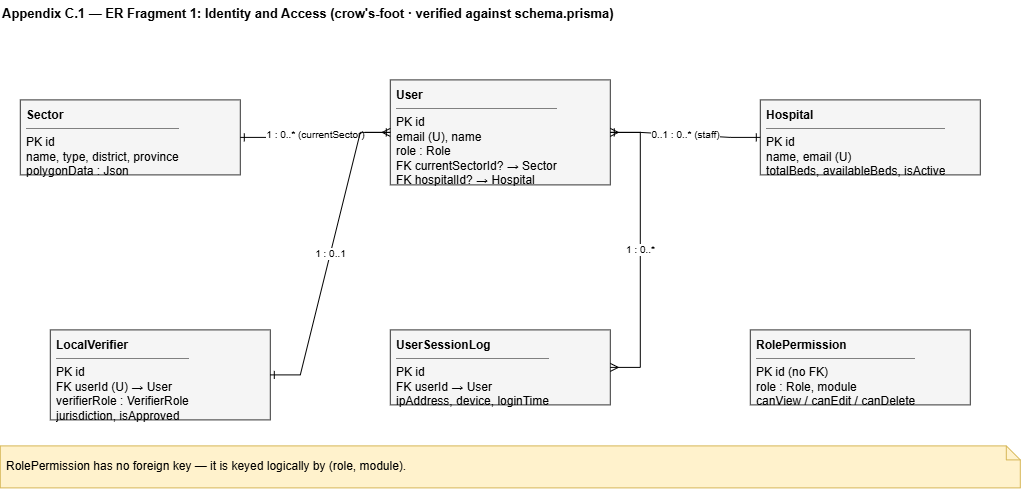
Earlier version of the draw.io export research-report-source/diagrams/pngs/Appendix_C.1_ER_Fragment_01_Identity_and_Access.drawio.png (DeshanDV1003/Suraksha---Web-App). Source tidied: cells renumbered, new cells last; positions are measured from the earlier drawing's top-left corner, leaving out a move shared by most shapes. Its diagram source:
```xml
<mxGraphModel>
  <root>
    <mxCell id="0" />
    <mxCell id="1" parent="0" />
    <mxCell id="2" value="Appendix C.1 — ER Fragment 1: Identity and Access   (crow's-foot · verified against schema.prisma)" style="text;html=1;fontStyle=1;fontSize=13;align=left;" parent="1" vertex="1">
      <mxGeometry width="1020" height="24" as="geometry" />
    </mxCell>
    <mxCell id="3" value="&lt;b&gt;User&lt;/b&gt;&lt;hr size=&quot;1&quot; noshade&gt;PK id&lt;br&gt;email (U), name&lt;br&gt;role : Role&lt;br&gt;FK currentSectorId?  → Sector&lt;br&gt;FK hospitalId?  → Hospital" style="rounded=0;whiteSpace=wrap;html=1;fillColor=#f5f5f5;strokeColor=#333333;align=left;verticalAlign=top;spacingLeft=4;spacingTop=2;overflow=hidden;" parent="1" vertex="1">
      <mxGeometry x="390" y="80" width="220" height="105" as="geometry" />
    </mxCell>
    <mxCell id="4" value="&lt;b&gt;Sector&lt;/b&gt;&lt;hr size=&quot;1&quot; noshade&gt;PK id&lt;br&gt;name, type, district, province&lt;br&gt;polygonData : Json" style="rounded=0;whiteSpace=wrap;html=1;fillColor=#f5f5f5;strokeColor=#333333;align=left;verticalAlign=top;spacingLeft=4;spacingTop=2;overflow=hidden;" parent="1" vertex="1">
      <mxGeometry x="20" y="100" width="220" height="75" as="geometry" />
    </mxCell>
    <mxCell id="5" value="&lt;b&gt;Hospital&lt;/b&gt;&lt;hr size=&quot;1&quot; noshade&gt;PK id&lt;br&gt;name, email (U)&lt;br&gt;totalBeds, availableBeds, isActive" style="rounded=0;whiteSpace=wrap;html=1;fillColor=#f5f5f5;strokeColor=#333333;align=left;verticalAlign=top;spacingLeft=4;spacingTop=2;overflow=hidden;" parent="1" vertex="1">
      <mxGeometry x="760" y="100" width="220" height="75" as="geometry" />
    </mxCell>
    <mxCell id="6" value="&lt;b&gt;UserSessionLog&lt;/b&gt;&lt;hr size=&quot;1&quot; noshade&gt;PK id&lt;br&gt;FK userId  → User&lt;br&gt;ipAddress, device, loginTime" style="rounded=0;whiteSpace=wrap;html=1;fillColor=#f5f5f5;strokeColor=#333333;align=left;verticalAlign=top;spacingLeft=4;spacingTop=2;overflow=hidden;" parent="1" vertex="1">
      <mxGeometry x="390" y="330" width="220" height="75" as="geometry" />
    </mxCell>
    <mxCell id="7" value="&lt;b&gt;LocalVerifier&lt;/b&gt;&lt;hr size=&quot;1&quot; noshade&gt;PK id&lt;br&gt;FK userId (U)  → User&lt;br&gt;verifierRole : VerifierRole&lt;br&gt;jurisdiction, isApproved" style="rounded=0;whiteSpace=wrap;html=1;fillColor=#f5f5f5;strokeColor=#333333;align=left;verticalAlign=top;spacingLeft=4;spacingTop=2;overflow=hidden;" parent="1" vertex="1">
      <mxGeometry x="50" y="330" width="220" height="90" as="geometry" />
    </mxCell>
    <mxCell id="8" value="&lt;b&gt;RolePermission&lt;/b&gt;&lt;hr size=&quot;1&quot; noshade&gt;PK id  (no FK)&lt;br&gt;role : Role, module&lt;br&gt;canView / canEdit / canDelete" style="rounded=0;whiteSpace=wrap;html=1;fillColor=#f5f5f5;strokeColor=#333333;align=left;verticalAlign=top;spacingLeft=4;spacingTop=2;overflow=hidden;" parent="1" vertex="1">
      <mxGeometry x="750" y="330" width="220" height="75" as="geometry" />
    </mxCell>
    <mxCell id="9" value="1 : 0..*  (currentSector)" style="edgeStyle=entityRelationEdgeStyle;rounded=0;html=1;fontSize=10;startArrow=ERone;endArrow=ERmany;startFill=0;endFill=0;" parent="1" edge="1" source="4" target="3">
      <mxGeometry relative="1" as="geometry" />
    </mxCell>
    <mxCell id="10" value="0..1 : 0..*  (staff)" style="edgeStyle=entityRelationEdgeStyle;rounded=0;html=1;fontSize=10;startArrow=ERone;endArrow=ERmany;startFill=0;endFill=0;" parent="1" edge="1" source="5" target="3">
      <mxGeometry relative="1" as="geometry" />
    </mxCell>
    <mxCell id="11" value="1 : 0..*" style="edgeStyle=entityRelationEdgeStyle;rounded=0;html=1;fontSize=10;startArrow=ERone;endArrow=ERmany;startFill=0;endFill=0;" parent="1" edge="1" source="3" target="6">
      <mxGeometry relative="1" as="geometry" />
    </mxCell>
    <mxCell id="12" value="1 : 0..1" style="edgeStyle=entityRelationEdgeStyle;rounded=0;html=1;fontSize=10;startArrow=ERone;endArrow=ERone;startFill=0;endFill=0;" parent="1" edge="1" source="3" target="7">
      <mxGeometry relative="1" as="geometry" />
    </mxCell>
    <mxCell id="13" value="RolePermission has no foreign key — it is keyed logically by (role, module)." style="shape=note;whiteSpace=wrap;html=1;fillColor=#fff2cc;strokeColor=#d6b656;size=14;align=left;spacingLeft=4;" parent="1" vertex="1">
      <mxGeometry y="446" width="1020" height="42" as="geometry" />
    </mxCell>
  </root>
</mxGraphModel>
```
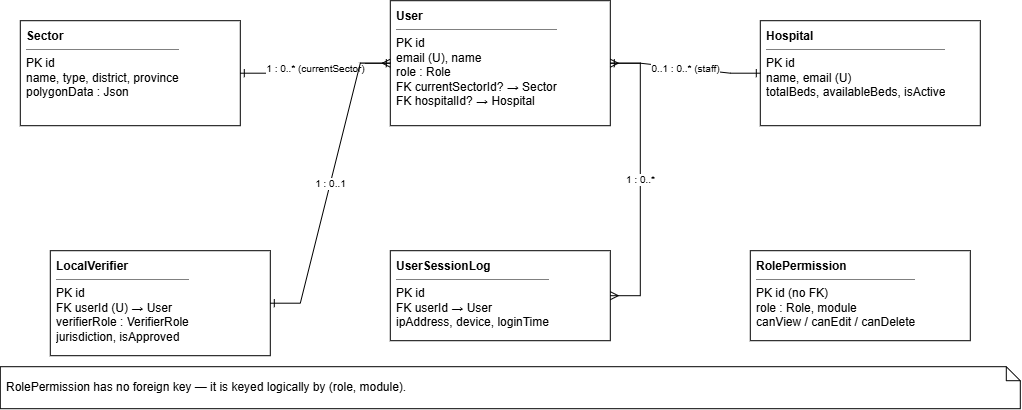
The same file after the commit.

The edit, as a diff of the source:
```diff
@@ -2,26 +2,23 @@
   <root>
     <mxCell id="0" />
     <mxCell id="1" parent="0" />
-    <mxCell id="2" value="Appendix C.1 — ER Fragment 1: Identity and Access   (crow's-foot · verified against schema.prisma)" style="text;html=1;fontStyle=1;fontSize=13;align=left;" parent="1" vertex="1">
-      <mxGeometry width="1020" height="24" as="geometry" />
-    </mxCell>
-    <mxCell id="3" value="&lt;b&gt;User&lt;/b&gt;&lt;hr size=&quot;1&quot; noshade&gt;PK id&lt;br&gt;email (U), name&lt;br&gt;role : Role&lt;br&gt;FK currentSectorId?  → Sector&lt;br&gt;FK hospitalId?  → Hospital" style="rounded=0;whiteSpace=wrap;html=1;fillColor=#f5f5f5;strokeColor=#333333;align=left;verticalAlign=top;spacingLeft=4;spacingTop=2;overflow=hidden;" parent="1" vertex="1">
-      <mxGeometry x="390" y="80" width="220" height="105" as="geometry" />
+    <mxCell id="3" value="&lt;b&gt;User&lt;/b&gt;&lt;hr size=&quot;1&quot; noshade&gt;PK id&lt;br&gt;email (U), name&lt;br&gt;role : Role&lt;br&gt;FK currentSectorId?  → Sector&lt;br&gt;FK hospitalId?  → Hospital" style="rounded=0;whiteSpace=wrap;html=1;align=left;verticalAlign=top;spacingLeft=4;spacingTop=2;overflow=hidden;" parent="1" vertex="1">
+      <mxGeometry x="390" y="80" width="220" height="125" as="geometry" />
     </mxCell>
-    <mxCell id="4" value="&lt;b&gt;Sector&lt;/b&gt;&lt;hr size=&quot;1&quot; noshade&gt;PK id&lt;br&gt;name, type, district, province&lt;br&gt;polygonData : Json" style="rounded=0;whiteSpace=wrap;html=1;fillColor=#f5f5f5;strokeColor=#333333;align=left;verticalAlign=top;spacingLeft=4;spacingTop=2;overflow=hidden;" parent="1" vertex="1">
-      <mxGeometry x="20" y="100" width="220" height="75" as="geometry" />
+    <mxCell id="4" value="&lt;b&gt;Sector&lt;/b&gt;&lt;hr size=&quot;1&quot; noshade&gt;PK id&lt;br&gt;name, type, district, province&lt;br&gt;polygonData : Json" style="rounded=0;whiteSpace=wrap;html=1;align=left;verticalAlign=top;spacingLeft=4;spacingTop=2;overflow=hidden;" parent="1" vertex="1">
+      <mxGeometry x="20" y="100" width="220" height="105" as="geometry" />
     </mxCell>
-    <mxCell id="5" value="&lt;b&gt;Hospital&lt;/b&gt;&lt;hr size=&quot;1&quot; noshade&gt;PK id&lt;br&gt;name, email (U)&lt;br&gt;totalBeds, availableBeds, isActive" style="rounded=0;whiteSpace=wrap;html=1;fillColor=#f5f5f5;strokeColor=#333333;align=left;verticalAlign=top;spacingLeft=4;spacingTop=2;overflow=hidden;" parent="1" vertex="1">
-      <mxGeometry x="760" y="100" width="220" height="75" as="geometry" />
+    <mxCell id="5" value="&lt;b&gt;Hospital&lt;/b&gt;&lt;hr size=&quot;1&quot; noshade&gt;PK id&lt;br&gt;name, email (U)&lt;br&gt;totalBeds, availableBeds, isActive" style="rounded=0;whiteSpace=wrap;html=1;align=left;verticalAlign=top;spacingLeft=4;spacingTop=2;overflow=hidden;" parent="1" vertex="1">
+      <mxGeometry x="760" y="100" width="220" height="105" as="geometry" />
     </mxCell>
-    <mxCell id="6" value="&lt;b&gt;UserSessionLog&lt;/b&gt;&lt;hr size=&quot;1&quot; noshade&gt;PK id&lt;br&gt;FK userId  → User&lt;br&gt;ipAddress, device, loginTime" style="rounded=0;whiteSpace=wrap;html=1;fillColor=#f5f5f5;strokeColor=#333333;align=left;verticalAlign=top;spacingLeft=4;spacingTop=2;overflow=hidden;" parent="1" vertex="1">
-      <mxGeometry x="390" y="330" width="220" height="75" as="geometry" />
+    <mxCell id="6" value="&lt;b&gt;UserSessionLog&lt;/b&gt;&lt;hr size=&quot;1&quot; noshade&gt;PK id&lt;br&gt;FK userId  → User&lt;br&gt;ipAddress, device, loginTime" style="rounded=0;whiteSpace=wrap;html=1;align=left;verticalAlign=top;spacingLeft=4;spacingTop=2;overflow=hidden;" parent="1" vertex="1">
+      <mxGeometry x="390" y="330" width="220" height="90" as="geometry" />
     </mxCell>
-    <mxCell id="7" value="&lt;b&gt;LocalVerifier&lt;/b&gt;&lt;hr size=&quot;1&quot; noshade&gt;PK id&lt;br&gt;FK userId (U)  → User&lt;br&gt;verifierRole : VerifierRole&lt;br&gt;jurisdiction, isApproved" style="rounded=0;whiteSpace=wrap;html=1;fillColor=#f5f5f5;strokeColor=#333333;align=left;verticalAlign=top;spacingLeft=4;spacingTop=2;overflow=hidden;" parent="1" vertex="1">
-      <mxGeometry x="50" y="330" width="220" height="90" as="geometry" />
+    <mxCell id="7" value="&lt;b&gt;LocalVerifier&lt;/b&gt;&lt;hr size=&quot;1&quot; noshade&gt;PK id&lt;br&gt;FK userId (U)  → User&lt;br&gt;verifierRole : VerifierRole&lt;br&gt;jurisdiction, isApproved" style="rounded=0;whiteSpace=wrap;html=1;align=left;verticalAlign=top;spacingLeft=4;spacingTop=2;overflow=hidden;" parent="1" vertex="1">
+      <mxGeometry x="50" y="330" width="220" height="105" as="geometry" />
     </mxCell>
-    <mxCell id="8" value="&lt;b&gt;RolePermission&lt;/b&gt;&lt;hr size=&quot;1&quot; noshade&gt;PK id  (no FK)&lt;br&gt;role : Role, module&lt;br&gt;canView / canEdit / canDelete" style="rounded=0;whiteSpace=wrap;html=1;fillColor=#f5f5f5;strokeColor=#333333;align=left;verticalAlign=top;spacingLeft=4;spacingTop=2;overflow=hidden;" parent="1" vertex="1">
-      <mxGeometry x="750" y="330" width="220" height="75" as="geometry" />
+    <mxCell id="8" value="&lt;b&gt;RolePermission&lt;/b&gt;&lt;hr size=&quot;1&quot; noshade&gt;PK id  (no FK)&lt;br&gt;role : Role, module&lt;br&gt;canView / canEdit / canDelete" style="rounded=0;whiteSpace=wrap;html=1;align=left;verticalAlign=top;spacingLeft=4;spacingTop=2;overflow=hidden;" parent="1" vertex="1">
+      <mxGeometry x="750" y="330" width="220" height="90" as="geometry" />
     </mxCell>
     <mxCell id="9" value="1 : 0..*  (currentSector)" style="edgeStyle=entityRelationEdgeStyle;rounded=0;html=1;fontSize=10;startArrow=ERone;endArrow=ERmany;startFill=0;endFill=0;" parent="1" edge="1" source="4" target="3">
       <mxGeometry relative="1" as="geometry" />
@@ -35,7 +32,7 @@
     <mxCell id="12" value="1 : 0..1" style="edgeStyle=entityRelationEdgeStyle;rounded=0;html=1;fontSize=10;startArrow=ERone;endArrow=ERone;startFill=0;endFill=0;" parent="1" edge="1" source="3" target="7">
       <mxGeometry relative="1" as="geometry" />
     </mxCell>
-    <mxCell id="13" value="RolePermission has no foreign key — it is keyed logically by (role, module)." style="shape=note;whiteSpace=wrap;html=1;fillColor=#fff2cc;strokeColor=#d6b656;size=14;align=left;spacingLeft=4;" parent="1" vertex="1">
+    <mxCell id="13" value="RolePermission has no foreign key — it is keyed logically by (role, module)." style="shape=note;whiteSpace=wrap;html=1;size=14;align=left;spacingLeft=4;" parent="1" vertex="1">
       <mxGeometry y="446" width="1020" height="42" as="geometry" />
     </mxCell>
   </root>
```
